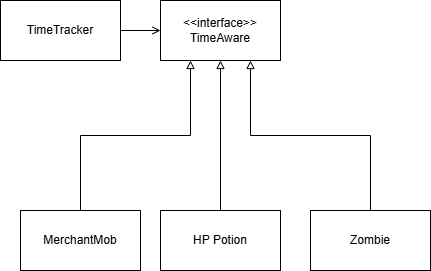
This is docs/A3_REQ3_UML_Proposal.png from almansoobMohanad/RogueGame-OOP, a draw.io export, as it was before one commit. Source tidied: cells renumbered, new cells last; positions are measured from the earlier drawing's top-left corner, leaving out a move shared by most shapes. The source it was exported from:
```xml
<mxGraphModel>
  <root>
    <mxCell id="0" />
    <mxCell id="1" parent="0" />
    <mxCell id="2" style="edgeStyle=orthogonalEdgeStyle;rounded=0;jettySize=auto;html=1;exitX=0.5;exitY=0;exitDx=0;exitDy=0;entryX=0.5;entryY=1;entryDx=0;entryDy=0;endArrow=block;endFill=0;" parent="1" edge="1" source="3" target="6">
      <mxGeometry relative="1" as="geometry" />
    </mxCell>
    <mxCell id="3" value="HP Potion" style="rounded=0;whiteSpace=wrap;html=1;" parent="1" vertex="1">
      <mxGeometry x="160" y="210" width="120" height="60" as="geometry" />
    </mxCell>
    <mxCell id="4" style="edgeStyle=orthogonalEdgeStyle;rounded=0;jettySize=auto;html=1;exitX=0.5;exitY=0;exitDx=0;exitDy=0;entryX=0.75;entryY=1;entryDx=0;entryDy=0;endArrow=block;endFill=0;" parent="1" edge="1" source="5" target="6">
      <mxGeometry relative="1" as="geometry" />
    </mxCell>
    <mxCell id="5" value="Zombie" style="rounded=0;whiteSpace=wrap;html=1;" parent="1" vertex="1">
      <mxGeometry x="310" y="210" width="120" height="60" as="geometry" />
    </mxCell>
    <mxCell id="6" value="&amp;lt;&amp;lt;interface&amp;gt;&amp;gt;&lt;div&gt;TimeAware&lt;/div&gt;" style="rounded=0;whiteSpace=wrap;html=1;" parent="1" vertex="1">
      <mxGeometry x="160" width="120" height="60" as="geometry" />
    </mxCell>
    <mxCell id="7" style="edgeStyle=orthogonalEdgeStyle;rounded=0;jettySize=auto;html=1;exitX=1;exitY=0.5;exitDx=0;exitDy=0;entryX=0;entryY=0.5;entryDx=0;entryDy=0;endArrow=open;endFill=0;" parent="1" edge="1" source="8" target="6">
      <mxGeometry relative="1" as="geometry" />
    </mxCell>
    <mxCell id="8" value="TimeTracker" style="rounded=0;whiteSpace=wrap;html=1;" parent="1" vertex="1">
      <mxGeometry width="120" height="60" as="geometry" />
    </mxCell>
    <mxCell id="9" style="edgeStyle=orthogonalEdgeStyle;rounded=0;jettySize=auto;html=1;exitX=0.5;exitY=0;exitDx=0;exitDy=0;entryX=0.25;entryY=1;entryDx=0;entryDy=0;endArrow=block;endFill=0;" parent="1" edge="1" source="10" target="6">
      <mxGeometry relative="1" as="geometry" />
    </mxCell>
    <mxCell id="10" value="MerchantMob" style="rounded=0;whiteSpace=wrap;html=1;" parent="1" vertex="1">
      <mxGeometry x="20" y="210" width="120" height="60" as="geometry" />
    </mxCell>
  </root>
</mxGraphModel>
```
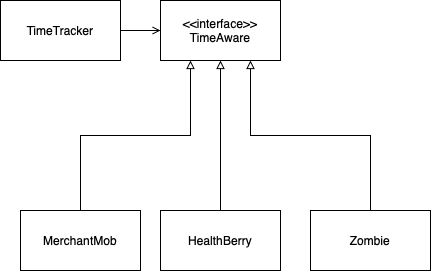
After the change.

Commit message:
Added updated proposed REQ3 UML

Diff of the diagram source:
```diff
@@ -5,7 +5,7 @@
     <mxCell id="2" style="edgeStyle=orthogonalEdgeStyle;rounded=0;jettySize=auto;html=1;exitX=0.5;exitY=0;exitDx=0;exitDy=0;entryX=0.5;entryY=1;entryDx=0;entryDy=0;endArrow=block;endFill=0;" parent="1" edge="1" source="3" target="6">
       <mxGeometry relative="1" as="geometry" />
     </mxCell>
-    <mxCell id="3" value="HP Potion" style="rounded=0;whiteSpace=wrap;html=1;" parent="1" vertex="1">
+    <mxCell id="3" value="HealthBerry" style="rounded=0;whiteSpace=wrap;html=1;" parent="1" vertex="1">
       <mxGeometry x="160" y="210" width="120" height="60" as="geometry" />
     </mxCell>
     <mxCell id="4" style="edgeStyle=orthogonalEdgeStyle;rounded=0;jettySize=auto;html=1;exitX=0.5;exitY=0;exitDx=0;exitDy=0;entryX=0.75;entryY=1;entryDx=0;entryDy=0;endArrow=block;endFill=0;" parent="1" edge="1" source="5" target="6">
```
